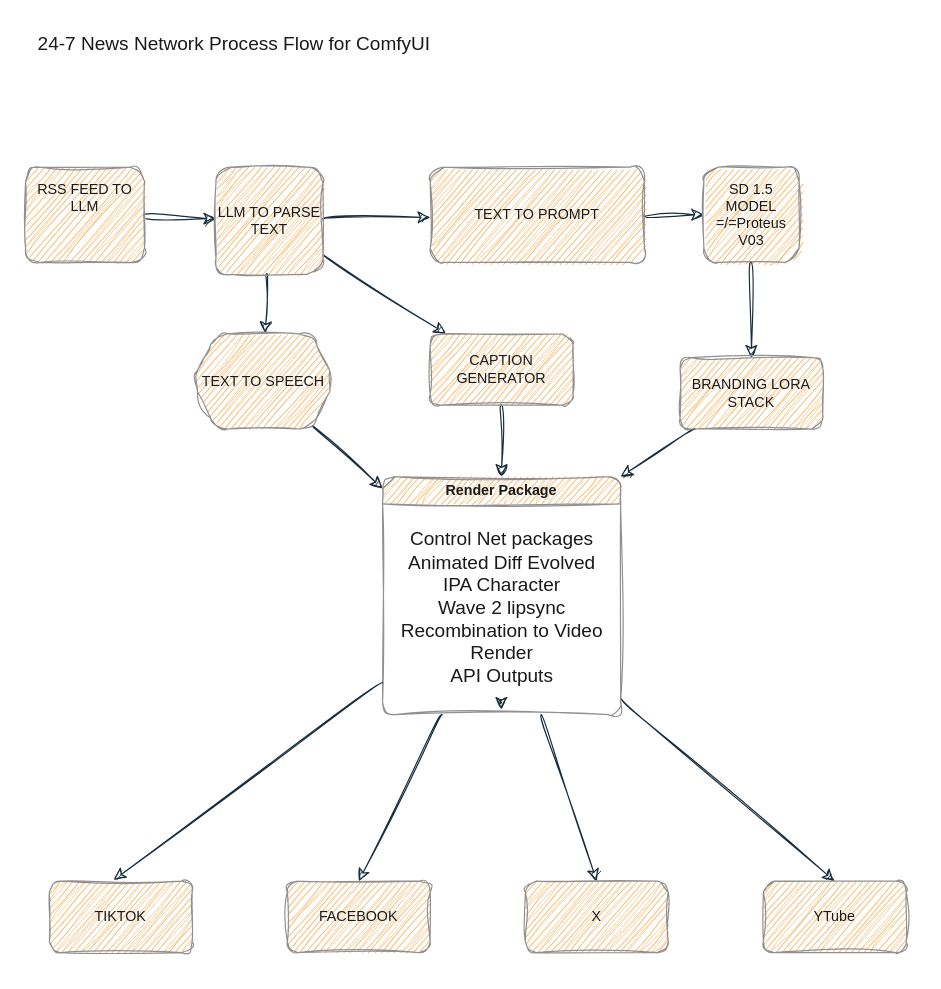
The draw.io diagram Untitled Diagram.drawio in BAIS1C/ComfyUI_RSS_Feed_Reader, before the edit. Source tidied: cells renumbered, new cells numbered last; positions are measured from the earlier drawing's top-left corner, leaving out a move shared by most shapes. Both pictures are drawn from the tidied source at 119%, with x=0, y=0 at pixel (25, 25).
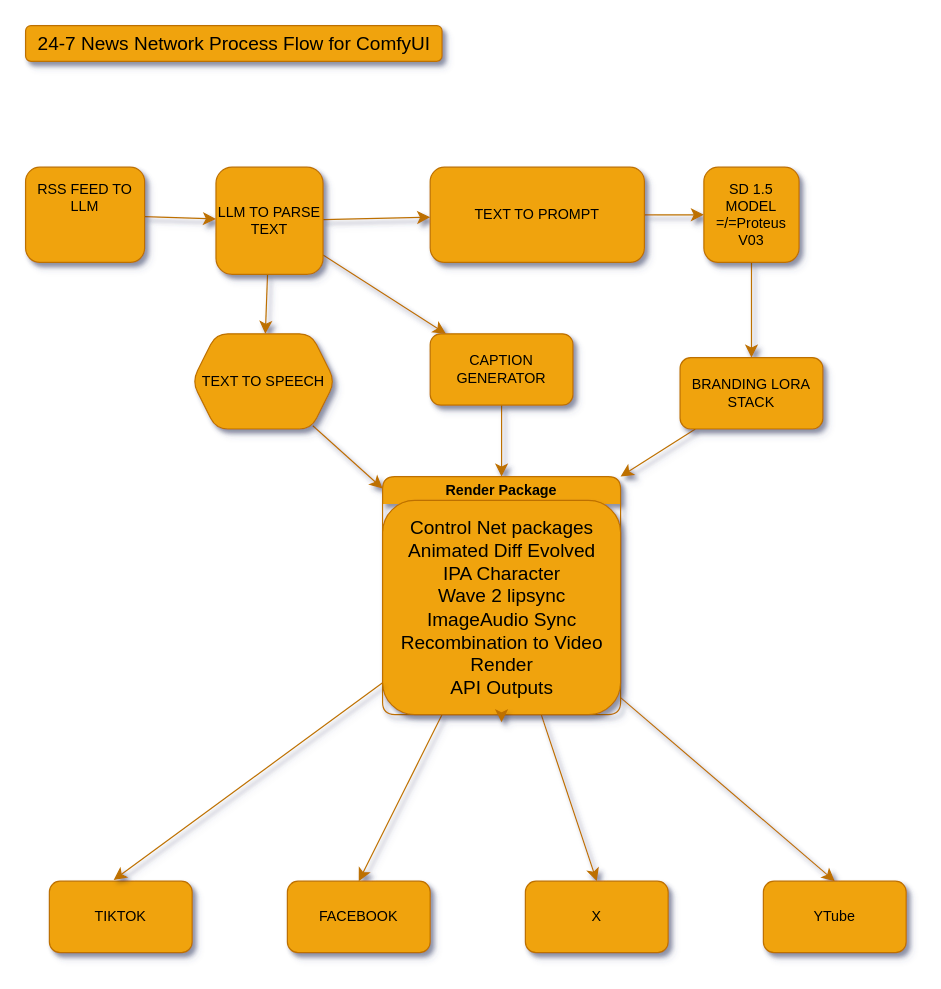
Above is the later version.

The edit, as a diff of the source:
```diff
@@
-<mxGraphModel background="#ffffff">
+<mxGraphModel background="#ffffff" shadow="1">
@@
-    <mxCell id="2" style="edgeStyle=none;curved=1;rounded=1;jettySize=auto;html=1;fontSize=12;startSize=8;endSize=8;labelBackgroundColor=none;strokeColor=#182E3E;fontColor=default;sketch=1;curveFitting=1;jiggle=2;" parent="1" edge="1" source="3" target="7">
+    <mxCell id="2" style="edgeStyle=none;curved=1;rounded=1;jettySize=auto;html=1;fontSize=12;startSize=8;endSize=8;labelBackgroundColor=none;strokeColor=#BD7000;fontColor=default;swimlaneLine=0;shadow=1;fillColor=#f0a30a;" parent="1" edge="1" source="3" target="7">
       <mxGeometry relative="1" as="geometry" />
     </mxCell>
-    <mxCell id="3" value="RSS FEED TO LLM&lt;div&gt;&lt;br&gt;&lt;div&gt;&lt;div&gt;&lt;br&gt;&lt;/div&gt;&lt;/div&gt;&lt;/div&gt;" style="rounded=1;whiteSpace=wrap;html=1;labelBackgroundColor=none;fillColor=#F5AB50;strokeColor=#909090;fontColor=#1A1A1A;sketch=1;curveFitting=1;jiggle=2;" parent="1" vertex="1">
+    <mxCell id="3" value="RSS FEED TO LLM&lt;div&gt;&lt;br&gt;&lt;div&gt;&lt;div&gt;&lt;br&gt;&lt;/div&gt;&lt;/div&gt;&lt;/div&gt;" style="rounded=1;whiteSpace=wrap;html=1;labelBackgroundColor=none;fillColor=#f0a30a;strokeColor=#BD7000;swimlaneLine=0;shadow=1;fontColor=#000000;" parent="1" vertex="1">
       <mxGeometry y="119" width="100" height="80" as="geometry" />
     </mxCell>
-    <mxCell id="4" style="edgeStyle=none;curved=1;rounded=1;jettySize=auto;html=1;fontSize=12;startSize=8;endSize=8;labelBackgroundColor=none;strokeColor=#182E3E;fontColor=default;sketch=1;curveFitting=1;jiggle=2;" parent="1" edge="1" source="7" target="9">
+    <mxCell id="4" style="edgeStyle=none;curved=1;rounded=1;jettySize=auto;html=1;fontSize=12;startSize=8;endSize=8;labelBackgroundColor=none;strokeColor=#BD7000;fontColor=default;swimlaneLine=0;shadow=1;fillColor=#f0a30a;" parent="1" edge="1" source="7" target="9">
       <mxGeometry relative="1" as="geometry" />
     </mxCell>
-    <mxCell id="5" style="edgeStyle=none;curved=1;rounded=1;jettySize=auto;html=1;fontSize=12;startSize=8;endSize=8;labelBackgroundColor=none;strokeColor=#182E3E;fontColor=default;sketch=1;curveFitting=1;jiggle=2;" parent="1" edge="1" source="7" target="11">
+    <mxCell id="5" style="edgeStyle=none;curved=1;rounded=1;jettySize=auto;html=1;fontSize=12;startSize=8;endSize=8;labelBackgroundColor=none;strokeColor=#BD7000;fontColor=default;swimlaneLine=0;shadow=1;fillColor=#f0a30a;" parent="1" edge="1" source="7" target="11">
       <mxGeometry relative="1" as="geometry" />
     </mxCell>
-    <mxCell id="6" style="edgeStyle=none;curved=1;rounded=1;jettySize=auto;html=1;fontSize=12;startSize=8;endSize=8;labelBackgroundColor=none;strokeColor=#182E3E;fontColor=default;sketch=1;curveFitting=1;jiggle=2;" parent="1" edge="1" source="7" target="17">
+    <mxCell id="6" style="edgeStyle=none;curved=1;rounded=1;jettySize=auto;html=1;fontSize=12;startSize=8;endSize=8;labelBackgroundColor=none;strokeColor=#BD7000;fontColor=default;swimlaneLine=0;shadow=1;fillColor=#f0a30a;" parent="1" edge="1" source="7" target="17">
       <mxGeometry relative="1" as="geometry" />
     </mxCell>
-    <mxCell id="7" value="LLM TO PARSE TEXT" style="whiteSpace=wrap;html=1;labelBackgroundColor=none;fillColor=#F5AB50;strokeColor=#909090;fontColor=#1A1A1A;rounded=1;sketch=1;curveFitting=1;jiggle=2;" parent="1" vertex="1">
+    <mxCell id="7" value="LLM TO PARSE TEXT" style="whiteSpace=wrap;html=1;labelBackgroundColor=none;fillColor=#f0a30a;strokeColor=#BD7000;rounded=1;swimlaneLine=0;shadow=1;fontColor=#000000;" parent="1" vertex="1">
       <mxGeometry x="160" y="119" width="90" height="90" as="geometry" />
     </mxCell>
-    <mxCell id="8" style="edgeStyle=none;curved=1;rounded=1;jettySize=auto;html=1;fontSize=12;startSize=8;endSize=8;labelBackgroundColor=none;strokeColor=#182E3E;fontColor=default;sketch=1;curveFitting=1;jiggle=2;" parent="1" edge="1" source="9" target="21">
+    <mxCell id="8" style="edgeStyle=none;curved=1;rounded=1;jettySize=auto;html=1;fontSize=12;startSize=8;endSize=8;labelBackgroundColor=none;strokeColor=#BD7000;fontColor=default;swimlaneLine=0;shadow=1;fillColor=#f0a30a;" parent="1" edge="1" source="9" target="21">
       <mxGeometry relative="1" as="geometry" />
     </mxCell>
-    <mxCell id="9" value="TEXT TO SPEECH" style="shape=hexagon;perimeter=hexagonPerimeter2;whiteSpace=wrap;html=1;fixedSize=1;labelBackgroundColor=none;fillColor=#F5AB50;strokeColor=#909090;fontColor=#1A1A1A;rounded=1;sketch=1;curveFitting=1;jiggle=2;" parent="1" vertex="1">
+    <mxCell id="9" value="TEXT TO SPEECH" style="shape=hexagon;perimeter=hexagonPerimeter2;whiteSpace=wrap;html=1;fixedSize=1;labelBackgroundColor=none;fillColor=#f0a30a;strokeColor=#BD7000;rounded=1;swimlaneLine=0;shadow=1;fontColor=#000000;" parent="1" vertex="1">
       <mxGeometry x="140" y="259" width="120" height="80" as="geometry" />
     </mxCell>
-    <mxCell id="10" style="edgeStyle=none;curved=1;rounded=1;jettySize=auto;html=1;fontSize=12;startSize=8;endSize=8;labelBackgroundColor=none;strokeColor=#182E3E;fontColor=default;sketch=1;curveFitting=1;jiggle=2;" parent="1" edge="1" source="11" target="13">
+    <mxCell id="10" style="edgeStyle=none;curved=1;rounded=1;jettySize=auto;html=1;fontSize=12;startSize=8;endSize=8;labelBackgroundColor=none;strokeColor=#BD7000;fontColor=default;swimlaneLine=0;shadow=1;fillColor=#f0a30a;" parent="1" edge="1" source="11" target="13">
       <mxGeometry relative="1" as="geometry" />
     </mxCell>
-    <mxCell id="11" value="TEXT TO PROMPT" style="rounded=1;whiteSpace=wrap;html=1;labelBackgroundColor=none;fillColor=#F5AB50;strokeColor=#909090;fontColor=#1A1A1A;sketch=1;curveFitting=1;jiggle=2;" parent="1" vertex="1">
+    <mxCell id="11" value="TEXT TO PROMPT" style="rounded=1;whiteSpace=wrap;html=1;labelBackgroundColor=none;fillColor=#f0a30a;strokeColor=#BD7000;swimlaneLine=0;shadow=1;fontColor=#000000;" parent="1" vertex="1">
       <mxGeometry x="340" y="119" width="180" height="80" as="geometry" />
     </mxCell>
-    <mxCell id="12" style="edgeStyle=none;curved=1;rounded=1;jettySize=auto;html=1;fontSize=12;startSize=8;endSize=8;labelBackgroundColor=none;strokeColor=#182E3E;fontColor=default;sketch=1;curveFitting=1;jiggle=2;" parent="1" edge="1" source="13" target="15">
+    <mxCell id="12" style="edgeStyle=none;curved=1;rounded=1;jettySize=auto;html=1;fontSize=12;startSize=8;endSize=8;labelBackgroundColor=none;strokeColor=#BD7000;fontColor=default;swimlaneLine=0;shadow=1;fillColor=#f0a30a;" parent="1" edge="1" source="13" target="15">
       <mxGeometry relative="1" as="geometry" />
     </mxCell>
-    <mxCell id="13" value="SD 1.5 MODEL&lt;div&gt;=/=Proteus V03&lt;/div&gt;" style="whiteSpace=wrap;html=1;labelBackgroundColor=none;fillColor=#F5AB50;strokeColor=#909090;fontColor=#1A1A1A;rounded=1;sketch=1;curveFitting=1;jiggle=2;" parent="1" vertex="1">
+    <mxCell id="13" value="SD 1.5 MODEL&lt;div&gt;=/=Proteus V03&lt;/div&gt;" style="whiteSpace=wrap;html=1;labelBackgroundColor=none;fillColor=#f0a30a;strokeColor=#BD7000;rounded=1;swimlaneLine=0;shadow=1;fontColor=#000000;" parent="1" vertex="1">
       <mxGeometry x="570" y="119" width="80" height="80" as="geometry" />
     </mxCell>
-    <mxCell id="14" style="edgeStyle=none;curved=1;rounded=1;jettySize=auto;html=1;fontSize=12;startSize=8;endSize=8;entryX=1;entryY=0;entryDx=0;entryDy=0;labelBackgroundColor=none;strokeColor=#182E3E;fontColor=default;sketch=1;curveFitting=1;jiggle=2;" parent="1" edge="1" source="15" target="21">
+    <mxCell id="14" style="edgeStyle=none;curved=1;rounded=1;jettySize=auto;html=1;fontSize=12;startSize=8;endSize=8;entryX=1;entryY=0;entryDx=0;entryDy=0;labelBackgroundColor=none;strokeColor=#BD7000;fontColor=default;swimlaneLine=0;shadow=1;fillColor=#f0a30a;" parent="1" edge="1" source="15" target="21">
       <mxGeometry relative="1" as="geometry" />
     </mxCell>
-    <mxCell id="15" value="BRANDING LORA STACK" style="rounded=1;whiteSpace=wrap;html=1;labelBackgroundColor=none;fillColor=#F5AB50;strokeColor=#909090;fontColor=#1A1A1A;sketch=1;curveFitting=1;jiggle=2;" parent="1" vertex="1">
+    <mxCell id="15" value="BRANDING LORA STACK" style="rounded=1;whiteSpace=wrap;html=1;labelBackgroundColor=none;fillColor=#f0a30a;strokeColor=#BD7000;swimlaneLine=0;shadow=1;fontColor=#000000;" parent="1" vertex="1">
       <mxGeometry x="550" y="279" width="120" height="60" as="geometry" />
     </mxCell>
-    <mxCell id="16" style="edgeStyle=none;curved=1;rounded=1;jettySize=auto;html=1;fontSize=12;startSize=8;endSize=8;entryX=0.5;entryY=0;entryDx=0;entryDy=0;labelBackgroundColor=none;strokeColor=#182E3E;fontColor=default;sketch=1;curveFitting=1;jiggle=2;" parent="1" edge="1" source="17" target="21">
+    <mxCell id="16" style="edgeStyle=none;curved=1;rounded=1;jettySize=auto;html=1;fontSize=12;startSize=8;endSize=8;entryX=0.5;entryY=0;entryDx=0;entryDy=0;labelBackgroundColor=none;strokeColor=#BD7000;fontColor=default;swimlaneLine=0;shadow=1;fillColor=#f0a30a;" parent="1" edge="1" source="17" target="21">
       <mxGeometry relative="1" as="geometry" />
     </mxCell>
-    <mxCell id="17" value="CAPTION GENERATOR" style="rounded=1;whiteSpace=wrap;html=1;labelBackgroundColor=none;fillColor=#F5AB50;strokeColor=#909090;fontColor=#1A1A1A;sketch=1;curveFitting=1;jiggle=2;" parent="1" vertex="1">
+    <mxCell id="17" value="CAPTION GENERATOR" style="rounded=1;whiteSpace=wrap;html=1;labelBackgroundColor=none;fillColor=#f0a30a;strokeColor=#BD7000;swimlaneLine=0;shadow=1;fontColor=#000000;" parent="1" vertex="1">
       <mxGeometry x="340" y="259" width="120" height="60" as="geometry" />
     </mxCell>
-    <mxCell id="18" style="edgeStyle=none;curved=1;rounded=1;jettySize=auto;html=1;entryX=0.5;entryY=0;entryDx=0;entryDy=0;fontSize=12;startSize=8;endSize=8;labelBackgroundColor=none;strokeColor=#182E3E;fontColor=default;sketch=1;curveFitting=1;jiggle=2;" parent="1" edge="1" source="21" target="25">
+    <mxCell id="18" style="edgeStyle=none;curved=1;rounded=1;jettySize=auto;html=1;entryX=0.5;entryY=0;entryDx=0;entryDy=0;fontSize=12;startSize=8;endSize=8;labelBackgroundColor=none;strokeColor=#BD7000;fontColor=default;swimlaneLine=0;shadow=1;fillColor=#f0a30a;" parent="1" edge="1" source="21" target="25">
       <mxGeometry relative="1" as="geometry" />
     </mxCell>
-    <mxCell id="19" style="edgeStyle=none;curved=1;rounded=1;jettySize=auto;html=1;entryX=0.5;entryY=0;entryDx=0;entryDy=0;fontSize=12;startSize=8;endSize=8;labelBackgroundColor=none;strokeColor=#182E3E;fontColor=default;sketch=1;curveFitting=1;jiggle=2;" parent="1" edge="1" source="21" target="26">
+    <mxCell id="19" style="edgeStyle=none;curved=1;rounded=1;jettySize=auto;html=1;entryX=0.5;entryY=0;entryDx=0;entryDy=0;fontSize=12;startSize=8;endSize=8;labelBackgroundColor=none;strokeColor=#BD7000;fontColor=default;swimlaneLine=0;shadow=1;fillColor=#f0a30a;" parent="1" edge="1" source="21" target="26">
       <mxGeometry relative="1" as="geometry" />
     </mxCell>
-    <mxCell id="20" style="edgeStyle=none;curved=1;rounded=1;jettySize=auto;html=1;entryX=0.5;entryY=0;entryDx=0;entryDy=0;fontSize=12;startSize=8;endSize=8;labelBackgroundColor=none;strokeColor=#182E3E;fontColor=default;sketch=1;curveFitting=1;jiggle=2;" parent="1" edge="1" source="21" target="27">
+    <mxCell id="20" style="edgeStyle=none;curved=1;rounded=1;jettySize=auto;html=1;entryX=0.5;entryY=0;entryDx=0;entryDy=0;fontSize=12;startSize=8;endSize=8;labelBackgroundColor=none;strokeColor=#BD7000;fontColor=default;swimlaneLine=0;shadow=1;fillColor=#f0a30a;" parent="1" edge="1" source="21" target="27">
       <mxGeometry relative="1" as="geometry" />
     </mxCell>
-    <mxCell id="21" value="Render Package" style="swimlane;whiteSpace=wrap;html=1;labelBackgroundColor=none;fillColor=#F5AB50;strokeColor=#909090;fontColor=#1A1A1A;rounded=1;sketch=1;curveFitting=1;jiggle=2;" parent="1" vertex="1">
+    <mxCell id="21" value="Render Package" style="swimlane;whiteSpace=wrap;html=1;labelBackgroundColor=none;fillColor=#f0a30a;strokeColor=#BD7000;rounded=1;swimlaneLine=0;shadow=1;fontColor=#000000;" parent="1" vertex="1">
       <mxGeometry x="300" y="379" width="200" height="200" as="geometry" />
     </mxCell>
-    <mxCell id="22" value="Control Net packages&lt;div&gt;&lt;span style=&quot;background-color: initial;&quot;&gt;Animated Diff Evolved&lt;/span&gt;&lt;/div&gt;&lt;div&gt;&lt;span style=&quot;background-color: initial;&quot;&gt;IPA Character&lt;/span&gt;&lt;/div&gt;&lt;div&gt;&lt;span style=&quot;background-color: initial;&quot;&gt;Wave 2 lipsync&lt;/span&gt;&lt;/div&gt;&lt;div&gt;&lt;span style=&quot;background-color: initial;&quot;&gt;Recombination to Video&lt;/span&gt;&lt;div&gt;Render&lt;br&gt;API Outputs&lt;/div&gt;&lt;/div&gt;" style="text;html=1;align=center;verticalAlign=middle;points=[];strokeColor=none;fillColor=none;fontSize=16;labelBackgroundColor=none;fontColor=#1A1A1A;rounded=1;sketch=1;curveFitting=1;jiggle=2;" parent="21" vertex="1">
-      <mxGeometry y="30" width="200" height="160" as="geometry" />
+    <mxCell id="22" value="Control Net packages&lt;div&gt;&lt;span style=&quot;background-color: initial;&quot;&gt;Animated Diff Evolved&lt;/span&gt;&lt;/div&gt;&lt;div&gt;&lt;span style=&quot;background-color: initial;&quot;&gt;IPA Character&lt;/span&gt;&lt;/div&gt;&lt;div&gt;&lt;span style=&quot;background-color: initial;&quot;&gt;Wave 2 lipsync&lt;br&gt;ImageAudio Sync&lt;/span&gt;&lt;/div&gt;&lt;div&gt;&lt;span style=&quot;background-color: initial;&quot;&gt;Recombination to Video&lt;/span&gt;&lt;div&gt;Render&lt;br&gt;API Outputs&lt;/div&gt;&lt;/div&gt;" style="text;html=1;align=center;verticalAlign=middle;points=[];strokeColor=#BD7000;fillColor=#f0a30a;fontSize=16;labelBackgroundColor=none;rounded=1;swimlaneLine=0;shadow=1;fontColor=#000000;" parent="21" vertex="1">
+      <mxGeometry y="20" width="200" height="180" as="geometry" />
     </mxCell>
-    <mxCell id="23" style="edgeStyle=none;curved=1;rounded=1;orthogonalLoop=1;jettySize=auto;html=1;entryX=0.5;entryY=1.036;entryDx=0;entryDy=0;entryPerimeter=0;strokeColor=#182E3E;fontSize=12;fontColor=#1A1A1A;startSize=8;endSize=8;sketch=1;curveFitting=1;jiggle=2;" parent="21" edge="1" source="22" target="22">
+    <mxCell id="23" style="edgeStyle=none;curved=1;rounded=1;orthogonalLoop=1;jettySize=auto;html=1;entryX=0.5;entryY=1.036;entryDx=0;entryDy=0;entryPerimeter=0;strokeColor=#BD7000;fontSize=12;fontColor=#1A1A1A;startSize=8;endSize=8;swimlaneLine=0;shadow=1;fillColor=#f0a30a;" parent="21" edge="1" source="22" target="22">
       <mxGeometry relative="1" as="geometry" />
     </mxCell>
-    <mxCell id="24" value="TIKTOK" style="rounded=1;whiteSpace=wrap;html=1;labelBackgroundColor=none;fillColor=#F5AB50;strokeColor=#909090;fontColor=#1A1A1A;sketch=1;curveFitting=1;jiggle=2;" parent="1" vertex="1">
+    <mxCell id="24" value="TIKTOK" style="rounded=1;whiteSpace=wrap;html=1;labelBackgroundColor=none;fillColor=#f0a30a;strokeColor=#BD7000;swimlaneLine=0;shadow=1;fontColor=#000000;" parent="1" vertex="1">
       <mxGeometry x="20" y="719" width="120" height="60" as="geometry" />
     </mxCell>
-    <mxCell id="25" value="FACEBOOK" style="rounded=1;whiteSpace=wrap;html=1;labelBackgroundColor=none;fillColor=#F5AB50;strokeColor=#909090;fontColor=#1A1A1A;sketch=1;curveFitting=1;jiggle=2;" parent="1" vertex="1">
+    <mxCell id="25" value="FACEBOOK" style="rounded=1;whiteSpace=wrap;html=1;labelBackgroundColor=none;fillColor=#f0a30a;strokeColor=#BD7000;swimlaneLine=0;shadow=1;fontColor=#000000;" parent="1" vertex="1">
       <mxGeometry x="220" y="719" width="120" height="60" as="geometry" />
     </mxCell>
-    <mxCell id="26" value="X" style="rounded=1;whiteSpace=wrap;html=1;labelBackgroundColor=none;fillColor=#F5AB50;strokeColor=#909090;fontColor=#1A1A1A;sketch=1;curveFitting=1;jiggle=2;" parent="1" vertex="1">
+    <mxCell id="26" value="X" style="rounded=1;whiteSpace=wrap;html=1;labelBackgroundColor=none;fillColor=#f0a30a;strokeColor=#BD7000;swimlaneLine=0;shadow=1;fontColor=#000000;" parent="1" vertex="1">
       <mxGeometry x="420" y="719" width="120" height="60" as="geometry" />
     </mxCell>
-    <mxCell id="27" value="YTube" style="rounded=1;whiteSpace=wrap;html=1;labelBackgroundColor=none;fillColor=#F5AB50;strokeColor=#909090;fontColor=#1A1A1A;sketch=1;curveFitting=1;jiggle=2;" parent="1" vertex="1">
+    <mxCell id="27" value="YTube" style="rounded=1;whiteSpace=wrap;html=1;labelBackgroundColor=none;fillColor=#f0a30a;strokeColor=#BD7000;swimlaneLine=0;shadow=1;fontColor=#000000;" parent="1" vertex="1">
       <mxGeometry x="620" y="719" width="120" height="60" as="geometry" />
     </mxCell>
-    <mxCell id="28" style="edgeStyle=none;curved=1;rounded=1;jettySize=auto;html=1;entryX=0.45;entryY=-0.017;entryDx=0;entryDy=0;entryPerimeter=0;fontSize=12;startSize=8;endSize=8;labelBackgroundColor=none;strokeColor=#182E3E;fontColor=default;sketch=1;curveFitting=1;jiggle=2;flowAnimation=0;" parent="1" edge="1" source="21" target="24">
+    <mxCell id="28" style="edgeStyle=none;curved=1;rounded=1;jettySize=auto;html=1;entryX=0.45;entryY=-0.017;entryDx=0;entryDy=0;entryPerimeter=0;fontSize=12;startSize=8;endSize=8;labelBackgroundColor=none;strokeColor=#BD7000;fontColor=default;flowAnimation=0;swimlaneLine=0;shadow=1;fillColor=#f0a30a;" parent="1" edge="1" source="21" target="24">
       <mxGeometry relative="1" as="geometry" />
     </mxCell>
-    <mxCell id="29" value="24-7 News Network Process Flow for ComfyUI" style="text;html=1;align=center;verticalAlign=middle;strokeColor=none;fillColor=none;fontSize=16;labelBackgroundColor=none;fontColor=#1A1A1A;rounded=1;sketch=1;curveFitting=1;jiggle=2;" parent="1" vertex="1">
+    <mxCell id="29" value="24-7 News Network Process Flow for ComfyUI" style="text;html=1;align=center;verticalAlign=middle;strokeColor=#BD7000;fillColor=#f0a30a;fontSize=16;labelBackgroundColor=none;rounded=1;swimlaneLine=0;shadow=1;fontColor=#000000;" parent="1" vertex="1">
       <mxGeometry width="350" height="30" as="geometry" />
     </mxCell>
```
